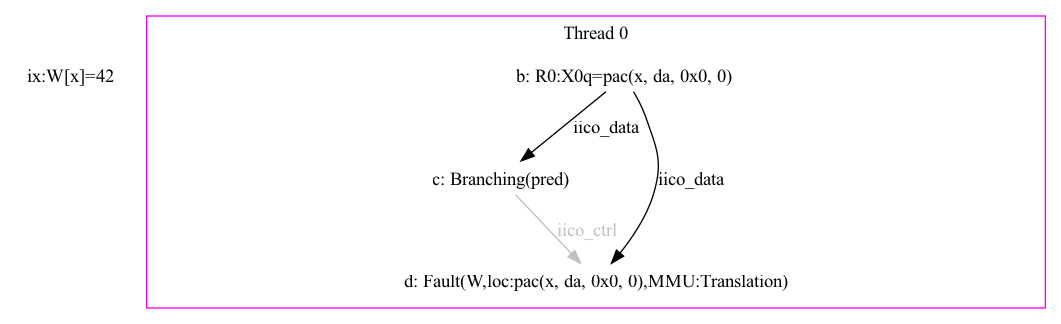
This is pac_tests/notes/str_failure.png from herd/herdtools7, a Graphviz export, as it was before one commit. Its source is kept beside it as pac_tests/notes/str_failure.dot. Its diagram source:
```dot
digraph G {
    eiid0 [label="ix:W[x]=42", shape="none", fixedsize="false", height="0.194444", width="1.361111"];
    subgraph cluster_proc0 { rank=sink; label = "Thread 0"; color=magenta; shape=box;
        eiid1 [label="b: R0:X0q=pac(x, da, 0x0, 0)", shape="none", fixedsize="false", height="0.194444", width="4.861111"];
        eiid2 [label="c: Branching(pred)", shape="none", fixedsize="false", height="0.194444", width="2.916667"];
        eiid3 [label="d: Fault(W,loc:pac(x, da, 0x0, 0),MMU:Translation)", shape="none", fixedsize="false", height="0.194444", width="9.138889"];
    }
    eiid1 -> eiid2 [label="iico_data", color="black", fontcolor="black"];
    eiid1 -> eiid3 [label="iico_data", color="black", fontcolor="black"];
    eiid2 -> eiid3 [label="iico_ctrl", color="grey", fontcolor="grey"];
}
```
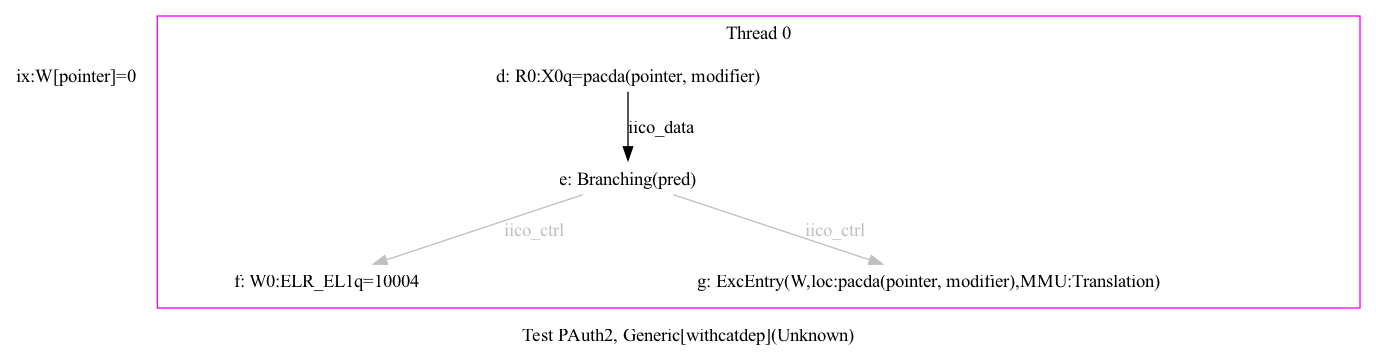
After the change.

The edit, as a diff of the source:
```diff
@@ -1,11 +1,26 @@
 digraph G {
-    eiid0 [label="ix:W[x]=42", shape="none", fixedsize="false", height="0.194444", width="1.361111"];
-    subgraph cluster_proc0 { rank=sink; label = "Thread 0"; color=magenta; shape=box;
-        eiid1 [label="b: R0:X0q=pac(x, da, 0x0, 0)", shape="none", fixedsize="false", height="0.194444", width="4.861111"];
-        eiid2 [label="c: Branching(pred)", shape="none", fixedsize="false", height="0.194444", width="2.916667"];
-        eiid3 [label="d: Fault(W,loc:pac(x, da, 0x0, 0),MMU:Translation)", shape="none", fixedsize="false", height="0.194444", width="9.138889"];
-    }
-    eiid1 -> eiid2 [label="iico_data", color="black", fontcolor="black"];
-    eiid1 -> eiid3 [label="iico_data", color="black", fontcolor="black"];
-    eiid2 -> eiid3 [label="iico_ctrl", color="grey", fontcolor="grey"];
+
+
+/* legend */
+label="Test PAuth2, Generic[withcatdep](Unknown)";
+
+
+/* init events */
+eiid0 [label="ix:W[pointer]=0", shape="none", fixedsize="false", height="0.194444", width="1.166667"];
+
+/* the unlocked events */
+subgraph cluster_proc0 { rank=sink; label = "Thread 0"; color=magenta; shape=box;
+eiid3 [label="d: R0:X0q=pacda(pointer, modifier)", shape="none", fixedsize="false", height="0.194444", width="3.888889"];
+eiid4 [label="e: Branching(pred)", shape="none", fixedsize="false", height="0.194444", width="2.916667"];
+eiid5 [label="f: W0:ELR_EL1q=10004", shape="none", fixedsize="false", height="0.194444", width="3.305556"];
+eiid6 [label="g: ExcEntry(W,loc:pacda(pointer, modifier),MMU:Translation)", shape="none", fixedsize="false", height="0.194444", width="8.750000"];
 }
+
+/* the intra_causality_data edges */
+
+eiid3 -> eiid4 [label="iico_data", color="black", fontcolor="black"];
+
+/* the intra_causality_control edges */
+eiid4 -> eiid5 [label="iico_ctrl", color="grey", fontcolor="grey"];
+eiid4 -> eiid6 [label="iico_ctrl", color="grey", fontcolor="grey"];
+}
```
